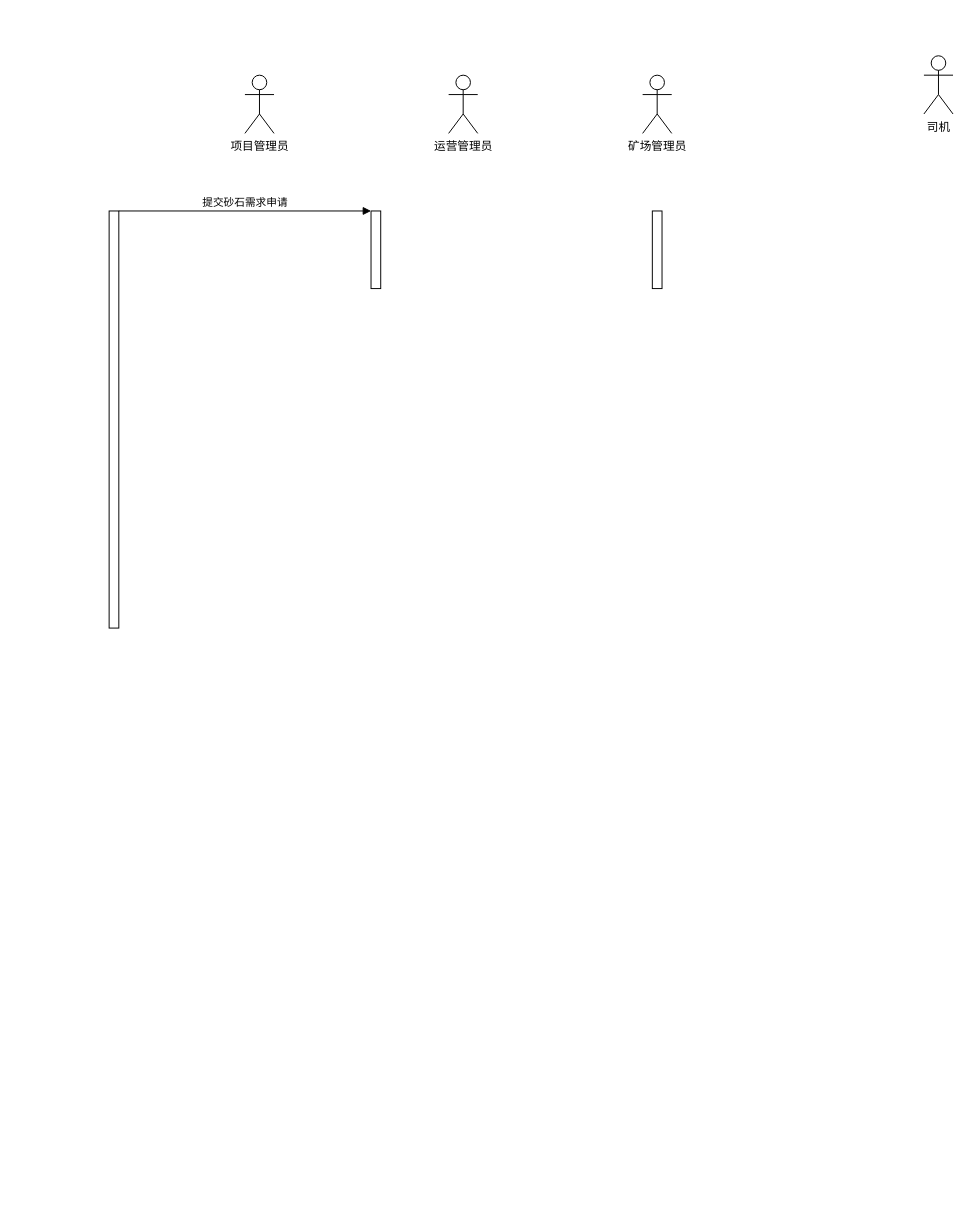
Above: 矿产资源智能监控系统.drawio in z-cloud-z/draw (draw.io), before the change. Source tidied: cells renumbered, new cells numbered last; positions are measured from the earlier drawing's top-left corner, leaving out a move shared by most shapes. Both pictures are drawn from the tidied source at 97%, with x=0, y=0 at pixel (109, 55).
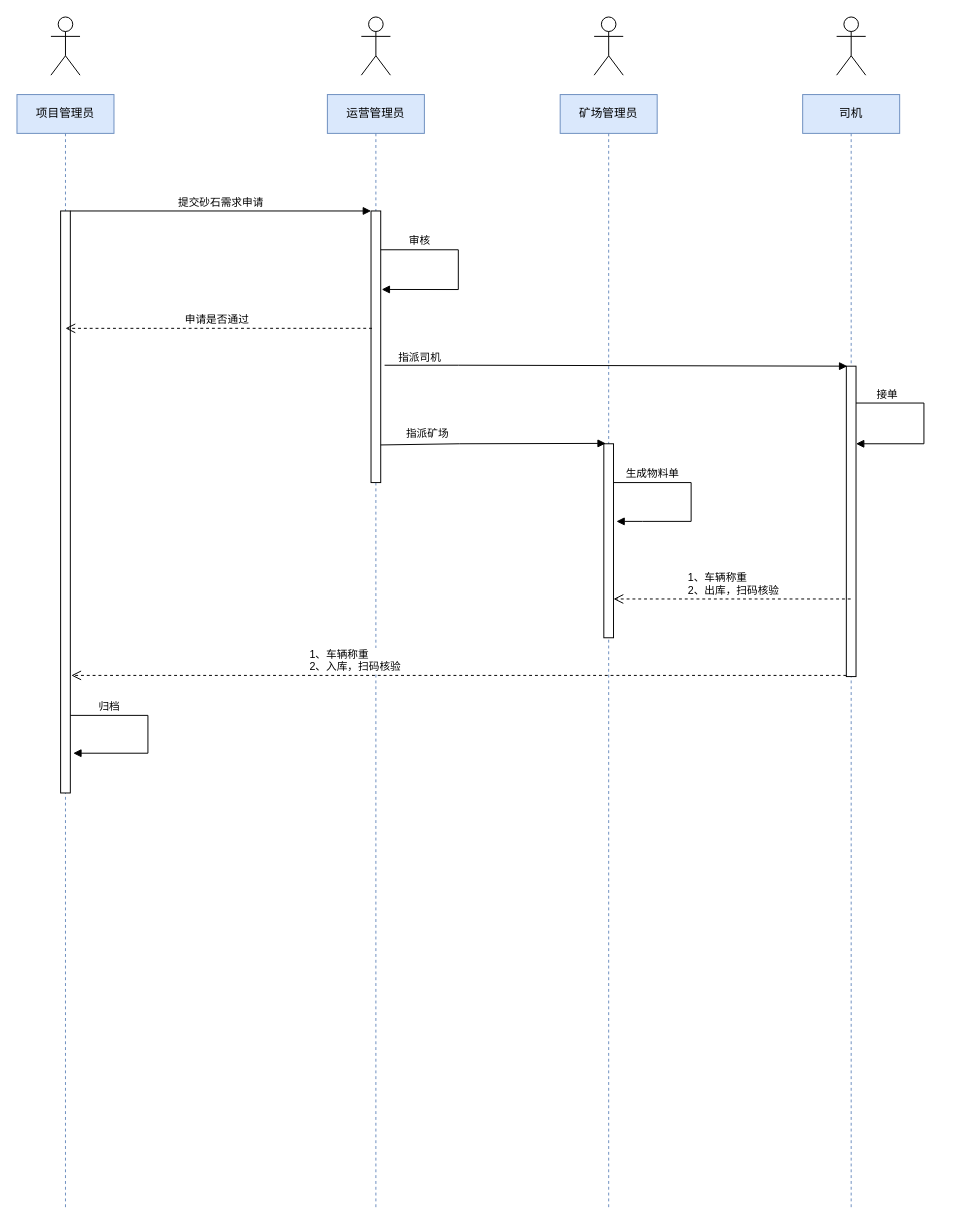
The same diagram, later.

Commit message (it also covers changes not shown here):
更新矿产资源智能监控系统.drawio

Change to the diagram source:
```diff
@@
+    <mxCell id="10" value="&lt;span&gt;项目管理员&lt;/span&gt;" style="shape=umlLifeline;perimeter=lifelinePerimeter;whiteSpace=wrap;html=1;fillColor=#dae8fc;strokeColor=#6c8ebf;" parent="1" vertex="1">
+      <mxGeometry x="-95" y="40" width="100" height="1150" as="geometry" />
+    </mxCell>
+    <mxCell id="11" value="&lt;span&gt;运营管理员&lt;/span&gt;" style="shape=umlLifeline;perimeter=lifelinePerimeter;whiteSpace=wrap;html=1;fillColor=#dae8fc;strokeColor=#6c8ebf;" parent="1" vertex="1">
+      <mxGeometry x="225" y="40" width="100" height="1150" as="geometry" />
+    </mxCell>
+    <mxCell id="12" value="&lt;span&gt;司机&lt;/span&gt;" style="shape=umlLifeline;perimeter=lifelinePerimeter;whiteSpace=wrap;html=1;outlineConnect=0;fillColor=#dae8fc;strokeColor=#6c8ebf;" parent="1" vertex="1">
+      <mxGeometry x="715" y="40" width="100" height="1150" as="geometry" />
+    </mxCell>
+    <mxCell id="13" value="&lt;span&gt;矿场管理员&lt;/span&gt;" style="shape=umlLifeline;perimeter=lifelinePerimeter;whiteSpace=wrap;html=1;fillColor=#dae8fc;strokeColor=#6c8ebf;" parent="1" vertex="1">
+      <mxGeometry x="465" y="40" width="100" height="1150" as="geometry" />
+    </mxCell>
+    <mxCell id="14" style="html=1;points=[];perimeter=orthogonalPerimeter;" parent="13" vertex="1">
+      <mxGeometry x="45" y="360" width="10" height="200" as="geometry" />
+    </mxCell>
+    <mxCell id="15" value="生成物料单" style="html=1;verticalAlign=bottom;endArrow=block;rounded=0;exitX=1;exitY=0.2;exitDx=0;exitDy=0;exitPerimeter=0;entryX=1.3;entryY=0.4;entryDx=0;entryDy=0;entryPerimeter=0;" parent="13" edge="1" source="14" target="14">
+      <mxGeometry x="-0.59" relative="1" as="geometry">
+        <Array as="points">
+          <mxPoint x="135" y="400" />
+          <mxPoint x="135" y="440" />
+          <mxPoint x="85" y="440" />
+        </Array>
+      </mxGeometry>
+    </mxCell>
-    <mxCell id="2" value="运营管理员" style="shape=umlActor;verticalLabelPosition=bottom;verticalAlign=top;html=1;" parent="1" vertex="1">
-      <mxGeometry x="350" y="20" width="30" height="60" as="geometry" />
+    <mxCell id="2" style="shape=umlActor;verticalLabelPosition=bottom;verticalAlign=top;html=1;" parent="1" vertex="1">
+      <mxGeometry x="260" y="-40" width="30" height="60" as="geometry" />
     </mxCell>
-    <mxCell id="3" value="矿场管理员" style="shape=umlActor;verticalLabelPosition=bottom;verticalAlign=top;html=1;" parent="1" vertex="1">
-      <mxGeometry x="550" y="20" width="30" height="60" as="geometry" />
+    <mxCell id="3" style="shape=umlActor;verticalLabelPosition=bottom;verticalAlign=top;html=1;" parent="1" vertex="1">
+      <mxGeometry x="500" y="-40" width="30" height="60" as="geometry" />
     </mxCell>
-    <mxCell id="4" value="项目管理员" style="shape=umlActor;verticalLabelPosition=bottom;verticalAlign=top;html=1;" parent="1" vertex="1">
-      <mxGeometry x="140" y="20" width="30" height="60" as="geometry" />
+    <mxCell id="4" style="shape=umlActor;verticalLabelPosition=bottom;verticalAlign=top;html=1;" parent="1" vertex="1">
+      <mxGeometry x="-60" y="-40" width="30" height="60" as="geometry" />
     </mxCell>
-    <mxCell id="5" value="司机" style="shape=umlActor;verticalLabelPosition=bottom;verticalAlign=top;html=1;" parent="1" vertex="1">
-      <mxGeometry x="840" width="30" height="60" as="geometry" />
+    <mxCell id="5" style="shape=umlActor;verticalLabelPosition=bottom;verticalAlign=top;html=1;" parent="1" vertex="1">
+      <mxGeometry x="750" y="-40" width="30" height="60" as="geometry" />
     </mxCell>
     <mxCell id="6" style="html=1;points=[];perimeter=orthogonalPerimeter;" parent="1" vertex="1">
-      <mxGeometry y="160" width="10" height="430" as="geometry" />
+      <mxGeometry x="-50" y="160" width="10" height="600" as="geometry" />
     </mxCell>
     <mxCell id="7" style="html=1;points=[];perimeter=orthogonalPerimeter;" parent="1" vertex="1">
-      <mxGeometry x="270" y="160" width="10" height="80" as="geometry" />
+      <mxGeometry x="270" y="160" width="10" height="280" as="geometry" />
     </mxCell>
@@
-    <mxCell id="9" style="html=1;perimeter=orthogonalPerimeter;" parent="1" vertex="1">
-      <mxGeometry x="560" y="160" width="10" height="80" as="geometry" />
-    </mxCell>
+    <mxCell id="16" value="申请是否通过" style="html=1;verticalAlign=bottom;endArrow=open;dashed=1;endSize=8;rounded=0;exitX=0.1;exitY=0.432;exitDx=0;exitDy=0;exitPerimeter=0;" parent="1" edge="1" source="7">
+      <mxGeometry x="0.01" relative="1" as="geometry">
+        <mxPoint x="-45" y="281" as="targetPoint" />
+      </mxGeometry>
+    </mxCell>
+    <mxCell id="17" value="审核" style="html=1;verticalAlign=bottom;endArrow=block;rounded=0;entryX=1.1;entryY=0.289;entryDx=0;entryDy=0;entryPerimeter=0;" parent="1" edge="1" source="7" target="7">
+      <mxGeometry x="-0.6" relative="1" as="geometry">
+        <Array as="points">
+          <mxPoint x="360" y="200" />
+          <mxPoint x="360" y="241" />
+        </Array>
+      </mxGeometry>
+    </mxCell>
+    <mxCell id="18" value="指派司机" style="html=1;verticalAlign=bottom;endArrow=block;rounded=0;exitX=1.4;exitY=0.568;exitDx=0;exitDy=0;exitPerimeter=0;entryX=0.1;entryY=0;entryDx=0;entryDy=0;entryPerimeter=0;" parent="1" edge="1" source="7" target="19">
+      <mxGeometry x="-0.85" y="-1" relative="1" as="geometry">
+        <Array as="points">
+          <mxPoint x="360" y="319" />
+        </Array>
+      </mxGeometry>
+    </mxCell>
+    <mxCell id="19" style="html=1;points=[];perimeter=orthogonalPerimeter;" parent="1" vertex="1">
+      <mxGeometry x="760" y="320" width="10" height="320" as="geometry" />
+    </mxCell>
+    <mxCell id="20" value="1、车辆称重&lt;br&gt;2、出库，扫码核验" style="html=1;verticalAlign=bottom;endArrow=open;dashed=1;endSize=8;rounded=0;align=left;" parent="1" edge="1" source="12" target="14">
+      <mxGeometry x="0.39" relative="1" as="geometry">
+        <Array as="points">
+          <mxPoint x="640" y="560" />
+        </Array>
+      </mxGeometry>
+    </mxCell>
+    <mxCell id="21" value="接单" style="html=1;verticalAlign=bottom;endArrow=block;rounded=0;" parent="1" edge="1" source="19" target="19">
+      <mxGeometry x="-0.65" relative="1" as="geometry">
+        <Array as="points">
+          <mxPoint x="840" y="358" />
+          <mxPoint x="840" y="400" />
+        </Array>
+      </mxGeometry>
+    </mxCell>
+    <mxCell id="22" value="1、车辆称重&lt;br&gt;2、入库，扫码核验" style="html=1;verticalAlign=bottom;endArrow=open;dashed=1;endSize=8;rounded=0;align=left;entryX=1.1;entryY=0.798;entryDx=0;entryDy=0;entryPerimeter=0;" parent="1" edge="1" source="19" target="6">
+      <mxGeometry x="0.39" relative="1" as="geometry" />
+    </mxCell>
+    <mxCell id="23" value="归档" style="html=1;verticalAlign=bottom;endArrow=block;rounded=0;entryX=1.2;entryY=0.395;entryDx=0;entryDy=0;entryPerimeter=0;exitX=0.9;exitY=0.2;exitDx=0;exitDy=0;exitPerimeter=0;" parent="1" edge="1">
+      <mxGeometry x="-0.59" relative="1" as="geometry">
+        <mxPoint x="-40" y="680" as="sourcePoint" />
+        <mxPoint x="-37" y="719" as="targetPoint" />
+        <Array as="points">
+          <mxPoint x="40" y="680" />
+          <mxPoint x="40" y="719" />
+        </Array>
+      </mxGeometry>
+    </mxCell>
+    <mxCell id="24" value="指派矿场" style="html=1;verticalAlign=bottom;endArrow=block;rounded=0;exitX=0.9;exitY=0.403;exitDx=0;exitDy=0;exitPerimeter=0;entryX=0.2;entryY=-0.002;entryDx=0;entryDy=0;entryPerimeter=0;" parent="1" edge="1" target="14">
+      <mxGeometry x="-0.59" y="1" relative="1" as="geometry">
+        <mxPoint x="280" y="401.2" as="sourcePoint" />
+        <Array as="points">
+          <mxPoint x="361" y="400" />
+        </Array>
+      </mxGeometry>
+    </mxCell>
```
